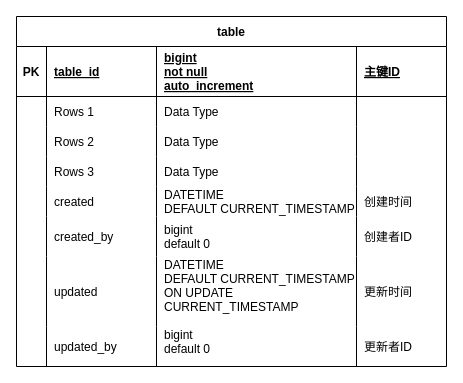
Earlier version of the draw.io diagram 通知模块.drawio (514094388/Hms-ER). Source tidied: cells renumbered, new cells numbered last; positions are measured from the earlier drawing's top-left corner, leaving out a move shared by most shapes. Both pictures are drawn from the tidied source at 100%, with x=0, y=0 at pixel (16, 16).
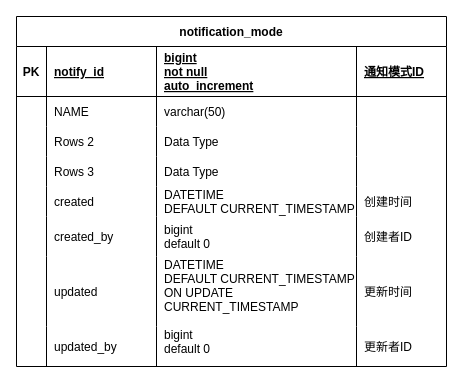
After the change.

Commit message (it also covers changes not shown here):
更新通知模块.drawio

Unchanged cells that the change refers to:
```xml
<mxCell id="3" style="shape=tableRow;horizontal=0;startSize=0;swimlaneHead=0;swimlaneBody=0;fillColor=none;top=0;left=0;right=0;bottom=1;" parent="2" vertex="1">
  <mxGeometry y="30" width="430" height="50" as="geometry" />
</mxCell>
<mxCell id="8" style="shape=tableRow;horizontal=0;startSize=0;swimlaneHead=0;swimlaneBody=0;fillColor=none;top=0;left=0;right=0;bottom=0;" parent="2" vertex="1">
  <mxGeometry y="80" width="430" height="30" as="geometry" />
</mxCell>
```

The edit, as a diff of the source:
```diff
@@
-    <mxCell id="2" value="table" style="shape=table;startSize=30;childLayout=tableLayout;rowLines=0;fontStyle=1;align=center;" parent="1" vertex="1">
+    <mxCell id="2" value="notification_mode" style="shape=table;startSize=30;childLayout=tableLayout;rowLines=0;fontStyle=1;align=center;" parent="1" vertex="1">
       <mxGeometry width="430" height="350" as="geometry" />
     </mxCell>
@@
-    <mxCell id="5" value="table_id" style="shape=partialRectangle;fillColor=none;top=0;left=0;bottom=0;right=0;align=left;spacingLeft=6;fontStyle=5;overflow=hidden;" parent="3" vertex="1">
+    <mxCell id="5" value="notify_id" style="shape=partialRectangle;fillColor=none;top=0;left=0;bottom=0;right=0;align=left;spacingLeft=6;fontStyle=5;overflow=hidden;" parent="3" vertex="1">
       <mxGeometry x="30" width="110" height="50" as="geometry" />
     </mxCell>
@@
-    <mxCell id="7" value="主键ID" style="shape=partialRectangle;fillColor=none;top=0;left=0;bottom=0;right=0;align=left;spacingLeft=6;fontStyle=5;overflow=hidden;" parent="3" vertex="1">
+    <mxCell id="7" value="通知模式ID" style="shape=partialRectangle;fillColor=none;top=0;left=0;bottom=0;right=0;align=left;spacingLeft=6;fontStyle=5;overflow=hidden;" parent="3" vertex="1">
       <mxGeometry x="340" width="90" height="50" as="geometry" />
     </mxCell>
@@
-    <mxCell id="10" value="Rows 1" style="shape=partialRectangle;fillColor=none;top=0;left=0;bottom=0;right=0;align=left;spacingLeft=6;overflow=hidden;" parent="8" vertex="1">
+    <mxCell id="10" value="NAME" style="shape=partialRectangle;fillColor=none;top=0;left=0;bottom=0;right=0;align=left;spacingLeft=6;overflow=hidden;" parent="8" vertex="1">
       <mxGeometry x="30" width="110" height="30" as="geometry" />
     </mxCell>
-    <mxCell id="11" value="Data Type" style="shape=partialRectangle;fillColor=none;top=0;left=0;bottom=0;right=0;align=left;spacingLeft=6;overflow=hidden;" parent="8" vertex="1">
+    <mxCell id="11" value="varchar(50)" style="shape=partialRectangle;fillColor=none;top=0;left=0;bottom=0;right=0;align=left;spacingLeft=6;overflow=hidden;" parent="8" vertex="1">
       <mxGeometry x="140" width="200" height="30" as="geometry" />
     </mxCell>
```
